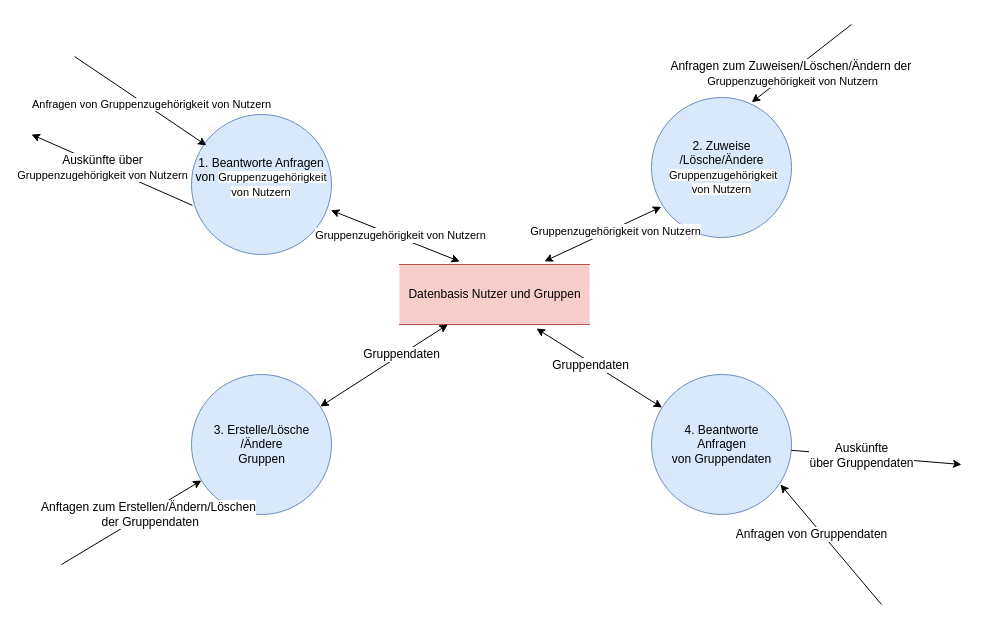
The draw.io diagram 2_Ontologies/Strukturierte Analyse/DFDs/Level2/DFD_2 Verwalte Gruppen.drawio in mostermann96/SWT2, before the edit. Source tidied: cells renumbered, new cells numbered last; positions are measured from the earlier drawing's top-left corner, leaving out a move shared by most shapes. Both pictures are drawn from the tidied source at 100%, with x=0, y=0 at pixel (31, 24).
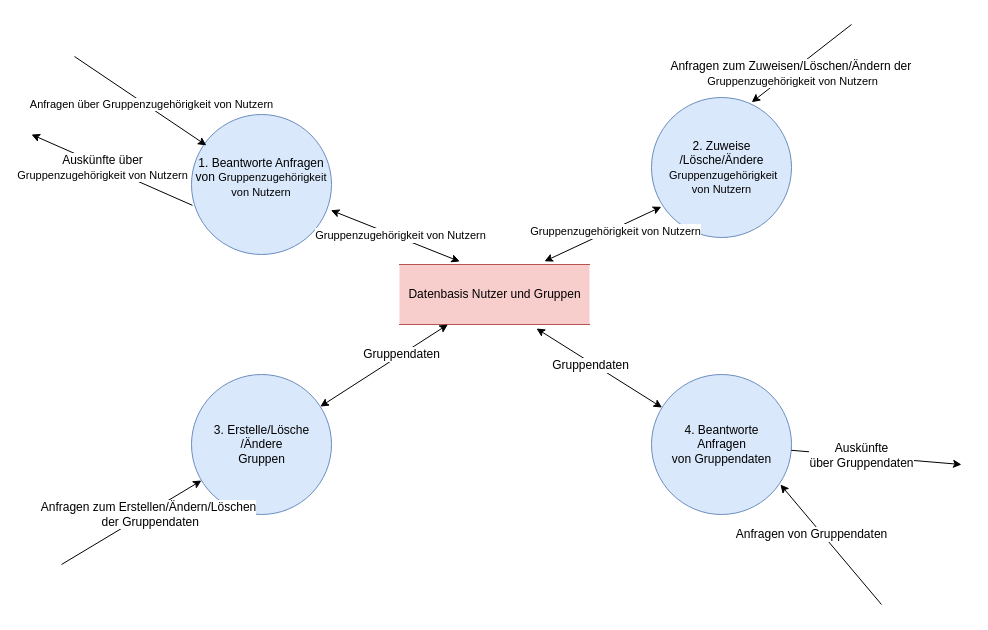
The same page after the edit.

Commit message (it also covers changes not shown here):
fixed a typo in DFD2_Gruppen + updated my notes regarding DFDs

Unchanged cells that the change refers to:
```xml
<mxCell id="11" style="endArrow=classic;html=1;" parent="1" edge="1" target="4">
  <mxGeometry relative="1" as="geometry">
    <mxPoint x="30" y="540" as="sourcePoint" />
  </mxGeometry>
</mxCell>
```

Diff of the diagram source:
```diff
@@
-    <mxCell id="3" value="2. Zuweise&lt;br&gt;/Lösche/Ändere&lt;br&gt;&amp;nbsp;&lt;span style=&quot;font-size: 11px ; background-color: rgb(255 , 255 , 255)&quot;&gt;Gruppenzugehörigkeit &lt;br&gt;von Nutzern&lt;/span&gt;" style="shape=ellipse;html=1;dashed=0;whitespace=wrap;perimeter=ellipsePerimeter;fillColor=#dae8fc;strokeColor=#6c8ebf;" parent="1" vertex="1">
+    <mxCell id="3" value="2. Zuweise&lt;br&gt;/Lösche/Ändere&lt;br&gt;&amp;nbsp;&lt;span style=&quot;font-size: 11px&quot;&gt;Gruppenzugehörigkeit &lt;br&gt;von Nutzern&lt;/span&gt;" style="shape=ellipse;html=1;dashed=0;whitespace=wrap;perimeter=ellipsePerimeter;fillColor=#dae8fc;strokeColor=#6c8ebf;" parent="1" vertex="1">
       <mxGeometry x="620" y="73" width="140" height="140" as="geometry" />
     </mxCell>
@@
-    <mxCell id="7" value="Anfragen von Gruppenzugehörigkeit von Nutzern" style="endArrow=classic;html=1;" parent="1" edge="1">
+    <mxCell id="7" value="Anfragen über Gruppenzugehörigkeit von Nutzern" style="endArrow=classic;html=1;" parent="1" edge="1">
       <mxGeometry x="0.14" y="3" relative="1" as="geometry">
         <mxPoint x="43" y="32" as="sourcePoint" />
         <mxPoint x="174.9" y="120.9" as="targetPoint" />
       </mxGeometry>
     </mxCell>
-    <mxCell id="8" value="1. Beantworte Anfragen von&amp;nbsp;&lt;span style=&quot;font-size: 11px ; white-space: nowrap ; background-color: rgb(255 , 255 , 255)&quot;&gt;Gruppenzugehörigkeit &lt;br&gt;von Nutzern&lt;/span&gt;" style="text;html=1;strokeColor=none;fillColor=none;align=center;verticalAlign=middle;whiteSpace=wrap;rounded=0;" parent="1" vertex="1">
+    <mxCell id="8" value="1. Beantworte Anfragen von&amp;nbsp;&lt;span style=&quot;font-size: 11px ; white-space: nowrap&quot;&gt;Gruppenzugehörigkeit &lt;br&gt;von Nutzern&lt;/span&gt;" style="text;html=1;strokeColor=none;fillColor=none;align=center;verticalAlign=middle;whiteSpace=wrap;rounded=0;" parent="1" vertex="1">
       <mxGeometry x="210" y="143" width="40" height="20" as="geometry" />
     </mxCell>
@@
-    <mxCell id="12" value="Anftagen zum Erstellen/Ändern/Löschen&lt;br&gt;&amp;nbsp;der Gruppendaten" style="text;html=1;align=center;verticalAlign=middle;labelBackgroundColor=#ffffff;" parent="11" vertex="1">
+    <mxCell id="12" value="Anfragen zum Erstellen/Ändern/Löschen&lt;br&gt;&amp;nbsp;der Gruppendaten" style="text;html=1;align=center;verticalAlign=middle;labelBackgroundColor=#ffffff;" parent="11" vertex="1">
       <mxGeometry x="0.21" y="-1" relative="1" as="geometry">
         <mxPoint x="1" as="offset" />
       </mxGeometry>
     </mxCell>
```
